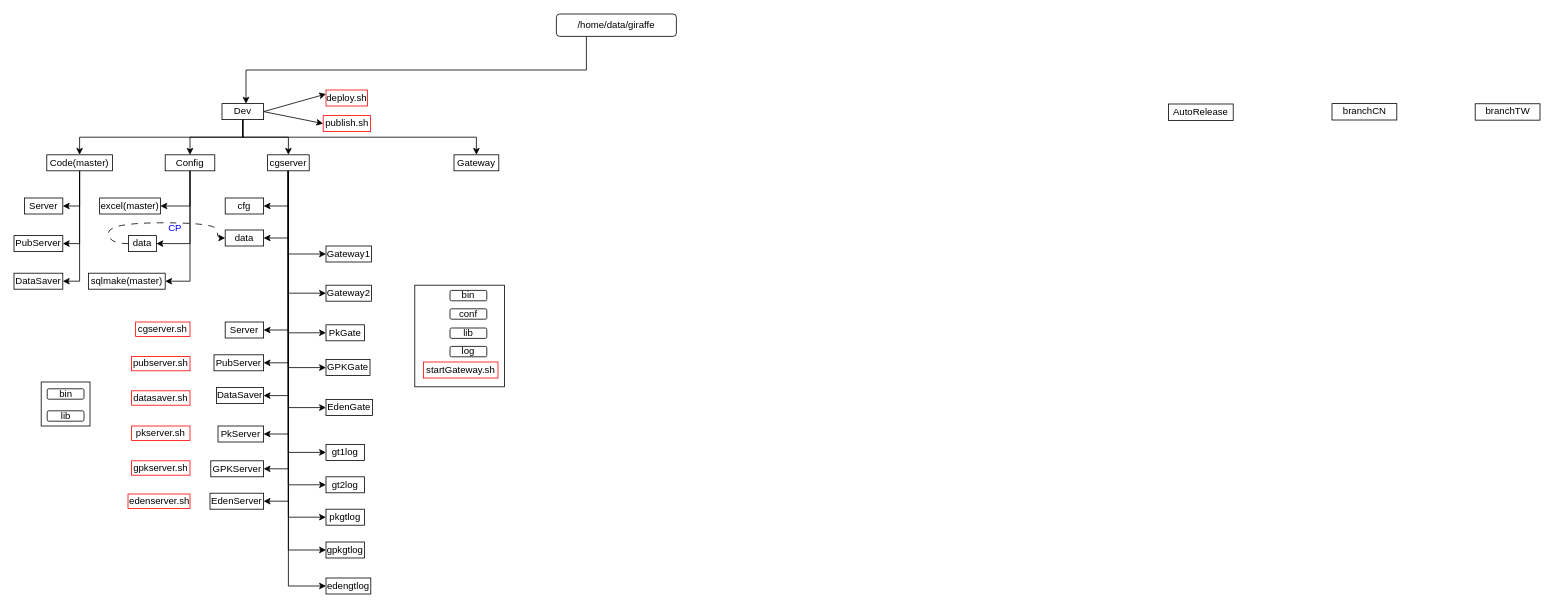
Above: cgArch.drawio in xiaodongYao/DrawIO (draw.io), before the change. Source tidied: cells renumbered, new cells numbered last; positions are measured from the earlier drawing's top-left corner, leaving out a move shared by most shapes. Both pictures are drawn from the tidied source at 80%, with x=0, y=0 at pixel (14, 14).
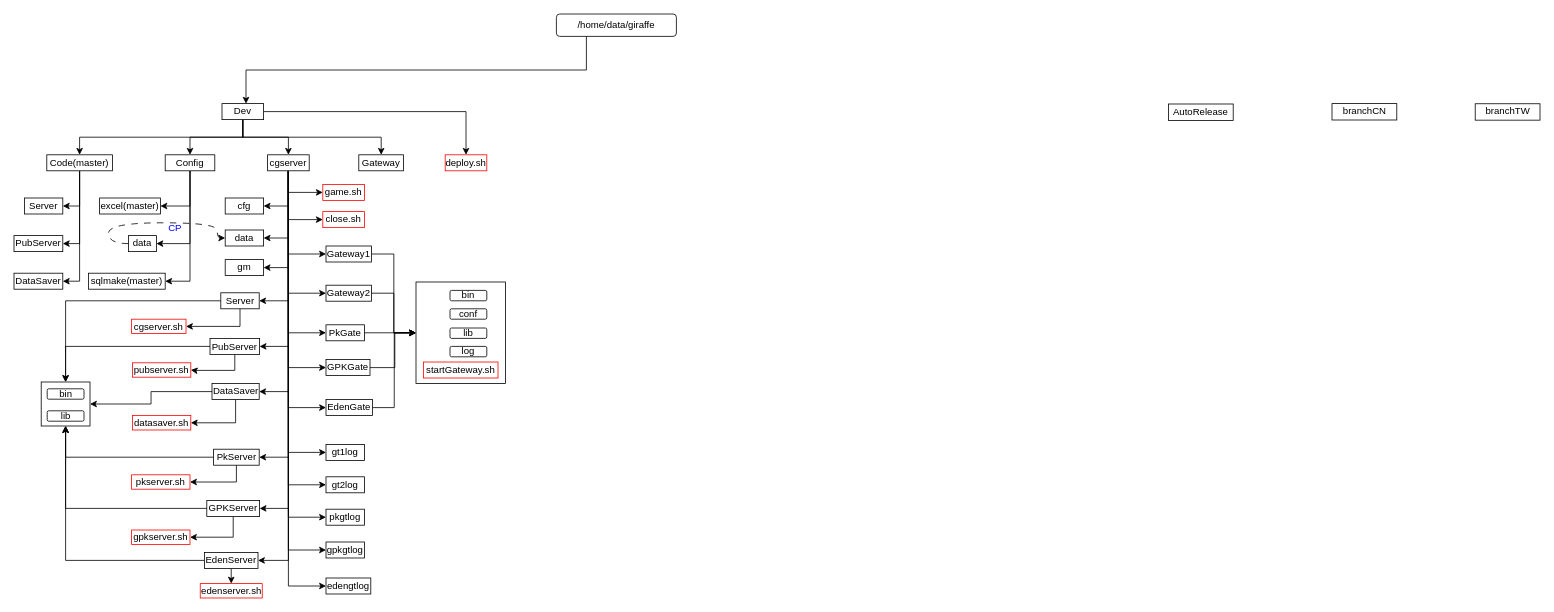
Above is the later version.

Unchanged cells that the change refers to:
```xml
<mxCell id="9" value="Dev" style="rounded=0;whiteSpace=wrap;html=1;" parent="1" vertex="1">
  <mxGeometry x="260" y="112" width="52" height="20" as="geometry" />
</mxCell>
<mxCell id="33" value="cgserver" style="rounded=0;whiteSpace=wrap;html=1;" parent="1" vertex="1">
  <mxGeometry x="317" y="176" width="52" height="20" as="geometry" />
</mxCell>
<mxCell id="50" value="Gateway1" style="rounded=0;whiteSpace=wrap;html=1;" parent="1" vertex="1">
  <mxGeometry x="390" y="290" width="57" height="20" as="geometry" />
</mxCell>
<mxCell id="53" value="PkGate" style="rounded=0;whiteSpace=wrap;html=1;" parent="1" vertex="1">
  <mxGeometry x="390" y="388.5" width="48" height="20" as="geometry" />
</mxCell>
<mxCell id="56" value="Gateway2" style="rounded=0;whiteSpace=wrap;html=1;" parent="1" vertex="1">
  <mxGeometry x="390" y="339" width="57" height="20" as="geometry" />
</mxCell>
<mxCell id="58" value="GPKGate" style="rounded=0;whiteSpace=wrap;html=1;" parent="1" vertex="1">
  <mxGeometry x="390" y="432" width="55" height="20" as="geometry" />
</mxCell>
<mxCell id="60" value="EdenGate" style="rounded=0;whiteSpace=wrap;html=1;" parent="1" vertex="1">
  <mxGeometry x="390" y="482" width="58" height="20" as="geometry" />
</mxCell>
<mxCell id="75" style="rounded=0;whiteSpace=wrap;html=1;" parent="1" vertex="1">
  <mxGeometry x="34" y="460" width="61" height="55" as="geometry" />
</mxCell>
```

Change to the diagram source:
```diff
@@
+    <mxCell id="8" style="edgeStyle=orthogonalEdgeStyle;rounded=0;jettySize=auto;html=1;exitX=0.5;exitY=1;exitDx=0;exitDy=0;entryX=0.5;entryY=0;entryDx=0;entryDy=0;" parent="1" edge="1" source="9" target="84">
+      <mxGeometry relative="1" as="geometry" />
+    </mxCell>
-    <mxCell id="6" style="rounded=0;jettySize=auto;html=1;exitX=1;exitY=0.5;exitDx=0;exitDy=0;entryX=0;entryY=0.25;entryDx=0;entryDy=0;" parent="1" edge="1" source="9" target="37">
+    <mxCell id="6" style="edgeStyle=orthogonalEdgeStyle;rounded=0;jettySize=auto;html=1;exitX=1;exitY=0.5;exitDx=0;exitDy=0;entryX=0.5;entryY=0;entryDx=0;entryDy=0;" parent="1" edge="1" source="9" target="37">
       <mxGeometry relative="1" as="geometry" />
     </mxCell>
-    <mxCell id="7" style="rounded=0;jettySize=auto;html=1;exitX=1;exitY=0.5;exitDx=0;exitDy=0;entryX=0;entryY=0.5;entryDx=0;entryDy=0;" parent="1" edge="1" source="9" target="57">
-      <mxGeometry relative="1" as="geometry" />
-    </mxCell>
-    <mxCell id="8" style="edgeStyle=orthogonalEdgeStyle;rounded=0;jettySize=auto;html=1;exitX=0.5;exitY=1;exitDx=0;exitDy=0;entryX=0.5;entryY=0;entryDx=0;entryDy=0;" parent="1" edge="1" source="9" target="84">
-      <mxGeometry relative="1" as="geometry" />
-    </mxCell>
@@
+    <mxCell id="85" style="edgeStyle=orthogonalEdgeStyle;rounded=0;jettySize=auto;html=1;exitX=0.5;exitY=1;exitDx=0;exitDy=0;entryX=1;entryY=0.5;entryDx=0;entryDy=0;" parent="1" edge="1" source="33" target="106">
+      <mxGeometry relative="1" as="geometry" />
+    </mxCell>
+    <mxCell id="86" style="edgeStyle=orthogonalEdgeStyle;rounded=0;jettySize=auto;html=1;exitX=0.5;exitY=1;exitDx=0;exitDy=0;entryX=0;entryY=0.5;entryDx=0;entryDy=0;" parent="1" edge="1" source="33" target="105">
+      <mxGeometry relative="1" as="geometry" />
+    </mxCell>
+    <mxCell id="87" style="edgeStyle=orthogonalEdgeStyle;rounded=0;jettySize=auto;html=1;exitX=0.5;exitY=1;exitDx=0;exitDy=0;entryX=0;entryY=0.5;entryDx=0;entryDy=0;" parent="1" edge="1" source="33" target="107">
+      <mxGeometry relative="1" as="geometry" />
+    </mxCell>
@@
     <mxCell id="37" value="deploy.sh" style="rounded=0;whiteSpace=wrap;html=1;strokeColor=light-dark(#ff0000, #ededed);" parent="1" vertex="1">
-      <mxGeometry x="390" y="95" width="52" height="20" as="geometry" />
+      <mxGeometry x="539" y="176" width="52" height="20" as="geometry" />
     </mxCell>
@@
+    <mxCell id="88" style="edgeStyle=orthogonalEdgeStyle;rounded=0;jettySize=auto;html=1;exitX=1;exitY=0.5;exitDx=0;exitDy=0;entryX=0;entryY=0.5;entryDx=0;entryDy=0;" parent="1" edge="1" source="50" target="69">
+      <mxGeometry relative="1" as="geometry" />
+    </mxCell>
@@
+    <mxCell id="89" style="edgeStyle=orthogonalEdgeStyle;rounded=0;jettySize=auto;html=1;exitX=0;exitY=0.5;exitDx=0;exitDy=0;entryX=0.5;entryY=0;entryDx=0;entryDy=0;" parent="1" edge="1" source="51" target="75">
+      <mxGeometry relative="1" as="geometry" />
+    </mxCell>
+    <mxCell id="90" style="edgeStyle=orthogonalEdgeStyle;rounded=0;jettySize=auto;html=1;exitX=0.5;exitY=1;exitDx=0;exitDy=0;entryX=1;entryY=0.5;entryDx=0;entryDy=0;" parent="1" edge="1" source="51" target="78">
+      <mxGeometry relative="1" as="geometry" />
+    </mxCell>
     <mxCell id="51" value="Server" style="rounded=0;whiteSpace=wrap;html=1;" parent="1" vertex="1">
-      <mxGeometry x="264" y="385" width="48" height="20" as="geometry" />
+      <mxGeometry x="258.5" y="348.5" width="48" height="20" as="geometry" />
     </mxCell>
+    <mxCell id="91" style="edgeStyle=orthogonalEdgeStyle;rounded=0;jettySize=auto;html=1;exitX=0;exitY=0.5;exitDx=0;exitDy=0;entryX=1;entryY=0.5;entryDx=0;entryDy=0;" parent="1" edge="1" source="52" target="75">
+      <mxGeometry relative="1" as="geometry" />
+    </mxCell>
+    <mxCell id="92" style="edgeStyle=orthogonalEdgeStyle;rounded=0;jettySize=auto;html=1;exitX=0.5;exitY=1;exitDx=0;exitDy=0;entryX=1;entryY=0.5;entryDx=0;entryDy=0;" parent="1" edge="1" source="52" target="80">
+      <mxGeometry relative="1" as="geometry" />
+    </mxCell>
     <mxCell id="52" value="DataSaver" style="rounded=0;whiteSpace=wrap;html=1;" parent="1" vertex="1">
-      <mxGeometry x="253" y="467" width="59" height="20" as="geometry" />
+      <mxGeometry x="247.5" y="462" width="59" height="20" as="geometry" />
     </mxCell>
+    <mxCell id="93" style="edgeStyle=orthogonalEdgeStyle;rounded=0;jettySize=auto;html=1;exitX=1;exitY=0.5;exitDx=0;exitDy=0;entryX=0;entryY=0.5;entryDx=0;entryDy=0;" parent="1" edge="1" source="53" target="69">
+      <mxGeometry relative="1" as="geometry" />
+    </mxCell>
@@
+    <mxCell id="94" style="edgeStyle=orthogonalEdgeStyle;rounded=0;jettySize=auto;html=1;exitX=0;exitY=0.5;exitDx=0;exitDy=0;entryX=0.5;entryY=0;entryDx=0;entryDy=0;" parent="1" edge="1" source="54" target="75">
+      <mxGeometry relative="1" as="geometry" />
+    </mxCell>
+    <mxCell id="95" style="edgeStyle=orthogonalEdgeStyle;rounded=0;jettySize=auto;html=1;exitX=0.5;exitY=1;exitDx=0;exitDy=0;entryX=1;entryY=0.5;entryDx=0;entryDy=0;" parent="1" edge="1" source="54" target="79">
+      <mxGeometry relative="1" as="geometry" />
+    </mxCell>
     <mxCell id="54" value="PubServer" style="rounded=0;whiteSpace=wrap;html=1;" parent="1" vertex="1">
-      <mxGeometry x="250" y="426" width="62" height="20" as="geometry" />
+      <mxGeometry x="245" y="405.5" width="62" height="20" as="geometry" />
     </mxCell>
+    <mxCell id="96" style="edgeStyle=orthogonalEdgeStyle;rounded=0;jettySize=auto;html=1;exitX=0;exitY=0.5;exitDx=0;exitDy=0;entryX=0.5;entryY=1;entryDx=0;entryDy=0;" parent="1" edge="1" source="55" target="75">
+      <mxGeometry relative="1" as="geometry" />
+    </mxCell>
+    <mxCell id="97" style="edgeStyle=orthogonalEdgeStyle;rounded=0;jettySize=auto;html=1;exitX=0.5;exitY=1;exitDx=0;exitDy=0;entryX=1;entryY=0.5;entryDx=0;entryDy=0;" parent="1" edge="1" source="55" target="81">
+      <mxGeometry relative="1" as="geometry" />
+    </mxCell>
     <mxCell id="55" value="PkServer" style="rounded=0;whiteSpace=wrap;html=1;" parent="1" vertex="1">
-      <mxGeometry x="255" y="515" width="57" height="20" as="geometry" />
+      <mxGeometry x="249.5" y="544" width="57" height="20" as="geometry" />
     </mxCell>
+    <mxCell id="98" style="edgeStyle=orthogonalEdgeStyle;rounded=0;jettySize=auto;html=1;exitX=1;exitY=0.5;exitDx=0;exitDy=0;entryX=0;entryY=0.5;entryDx=0;entryDy=0;" parent="1" edge="1" source="56" target="69">
+      <mxGeometry relative="1" as="geometry" />
+    </mxCell>
@@
-    <mxCell id="57" value="publish.sh" style="rounded=0;whiteSpace=wrap;html=1;strokeColor=light-dark(#ff0000, #ededed);" parent="1" vertex="1">
-      <mxGeometry x="386.5" y="127" width="59" height="20" as="geometry" />
-    </mxCell>
+    <mxCell id="99" style="edgeStyle=orthogonalEdgeStyle;rounded=0;jettySize=auto;html=1;exitX=1;exitY=0.5;exitDx=0;exitDy=0;entryX=0;entryY=0.5;entryDx=0;entryDy=0;" parent="1" edge="1" source="58" target="69">
+      <mxGeometry relative="1" as="geometry">
+        <Array as="points">
+          <mxPoint x="476" y="442" />
+          <mxPoint x="476" y="398" />
+        </Array>
+      </mxGeometry>
+    </mxCell>
@@
+    <mxCell id="100" style="edgeStyle=orthogonalEdgeStyle;rounded=0;jettySize=auto;html=1;exitX=0;exitY=0.5;exitDx=0;exitDy=0;entryX=0.5;entryY=1;entryDx=0;entryDy=0;" parent="1" edge="1" source="59" target="75">
+      <mxGeometry relative="1" as="geometry" />
+    </mxCell>
+    <mxCell id="101" style="edgeStyle=orthogonalEdgeStyle;rounded=0;jettySize=auto;html=1;exitX=0.5;exitY=1;exitDx=0;exitDy=0;entryX=1;entryY=0.5;entryDx=0;entryDy=0;" parent="1" edge="1" source="59" target="82">
+      <mxGeometry relative="1" as="geometry" />
+    </mxCell>
     <mxCell id="59" value="GPKServer" style="rounded=0;whiteSpace=wrap;html=1;" parent="1" vertex="1">
-      <mxGeometry x="246" y="558.5" width="66" height="20" as="geometry" />
+      <mxGeometry x="241" y="608" width="66" height="20" as="geometry" />
     </mxCell>
+    <mxCell id="102" style="edgeStyle=orthogonalEdgeStyle;rounded=0;jettySize=auto;html=1;exitX=1;exitY=0.5;exitDx=0;exitDy=0;entryX=0;entryY=0.5;entryDx=0;entryDy=0;" parent="1" edge="1" source="60" target="69">
+      <mxGeometry relative="1" as="geometry" />
+    </mxCell>
@@
+    <mxCell id="103" style="edgeStyle=orthogonalEdgeStyle;rounded=0;jettySize=auto;html=1;exitX=0;exitY=0.5;exitDx=0;exitDy=0;entryX=0.5;entryY=1;entryDx=0;entryDy=0;" parent="1" edge="1" source="61" target="75">
+      <mxGeometry relative="1" as="geometry" />
+    </mxCell>
+    <mxCell id="104" style="edgeStyle=orthogonalEdgeStyle;rounded=0;jettySize=auto;html=1;exitX=0.5;exitY=1;exitDx=0;exitDy=0;entryX=0.5;entryY=0;entryDx=0;entryDy=0;" parent="1" edge="1" source="61" target="83">
+      <mxGeometry relative="1" as="geometry" />
+    </mxCell>
     <mxCell id="61" value="EdenServer" style="rounded=0;whiteSpace=wrap;html=1;" parent="1" vertex="1">
-      <mxGeometry x="245" y="599" width="67" height="20" as="geometry" />
+      <mxGeometry x="238" y="673" width="67" height="20" as="geometry" />
     </mxCell>
@@
     <mxCell id="69" style="rounded=0;whiteSpace=wrap;html=1;" parent="1" vertex="1">
-      <mxGeometry x="501" y="339" width="112" height="127" as="geometry" />
+      <mxGeometry x="502.5" y="335" width="112" height="127" as="geometry" />
     </mxCell>
@@
     <mxCell id="78" value="cgserver.sh" style="rounded=0;whiteSpace=wrap;html=1;strokeColor=light-dark(#ff0000, #ededed);" parent="1" vertex="1">
-      <mxGeometry x="152" y="385" width="68" height="18" as="geometry" />
+      <mxGeometry x="147" y="381.5" width="68" height="18" as="geometry" />
     </mxCell>
     <mxCell id="79" value="pubserver.sh" style="rounded=0;whiteSpace=wrap;html=1;strokeColor=light-dark(#ff0000, #ededed);" parent="1" vertex="1">
-      <mxGeometry x="147" y="428" width="73" height="18" as="geometry" />
+      <mxGeometry x="148" y="436" width="73" height="18" as="geometry" />
     </mxCell>
     <mxCell id="80" value="datasaver.sh" style="rounded=0;whiteSpace=wrap;html=1;strokeColor=light-dark(#ff0000, #ededed);" parent="1" vertex="1">
-      <mxGeometry x="147" y="471" width="73" height="18" as="geometry" />
+      <mxGeometry x="148" y="502" width="73" height="18" as="geometry" />
     </mxCell>
     <mxCell id="81" value="pkserver.sh" style="rounded=0;whiteSpace=wrap;html=1;strokeColor=light-dark(#ff0000, #ededed);" parent="1" vertex="1">
-      <mxGeometry x="147" y="515" width="73" height="18" as="geometry" />
+      <mxGeometry x="147" y="576" width="73" height="18" as="geometry" />
     </mxCell>
     <mxCell id="82" value="gpkserver.sh" style="rounded=0;whiteSpace=wrap;html=1;strokeColor=light-dark(#ff0000, #ededed);" parent="1" vertex="1">
-      <mxGeometry x="147" y="558.5" width="73" height="18" as="geometry" />
+      <mxGeometry x="147" y="645" width="73" height="18" as="geometry" />
     </mxCell>
     <mxCell id="83" value="edenserver.sh" style="rounded=0;whiteSpace=wrap;html=1;strokeColor=light-dark(#ff0000, #ededed);" parent="1" vertex="1">
-      <mxGeometry x="142.5" y="600" width="77.5" height="18" as="geometry" />
+      <mxGeometry x="232.8" y="712" width="77.5" height="18" as="geometry" />
     </mxCell>
     <mxCell id="84" value="Gateway" style="rounded=0;whiteSpace=wrap;html=1;" parent="1" vertex="1">
-      <mxGeometry x="550" y="176" width="56" height="20" as="geometry" />
+      <mxGeometry x="431" y="176" width="56" height="20" as="geometry" />
     </mxCell>
+    <mxCell id="105" value="game.sh" style="rounded=0;whiteSpace=wrap;html=1;strokeColor=light-dark(#ff0000, #ededed);" parent="1" vertex="1">
+      <mxGeometry x="386" y="213" width="52" height="20" as="geometry" />
+    </mxCell>
+    <mxCell id="106" value="gm" style="rounded=0;whiteSpace=wrap;html=1;" parent="1" vertex="1">
+      <mxGeometry x="264" y="307" width="48" height="20" as="geometry" />
+    </mxCell>
+    <mxCell id="107" value="close&lt;span style=&quot;background-color: transparent; color: light-dark(rgb(0, 0, 0), rgb(255, 255, 255));&quot;&gt;.sh&lt;/span&gt;" style="rounded=0;whiteSpace=wrap;html=1;strokeColor=light-dark(#ff0000, #ededed);" parent="1" vertex="1">
+      <mxGeometry x="386" y="247" width="52" height="20" as="geometry" />
+    </mxCell>
```
